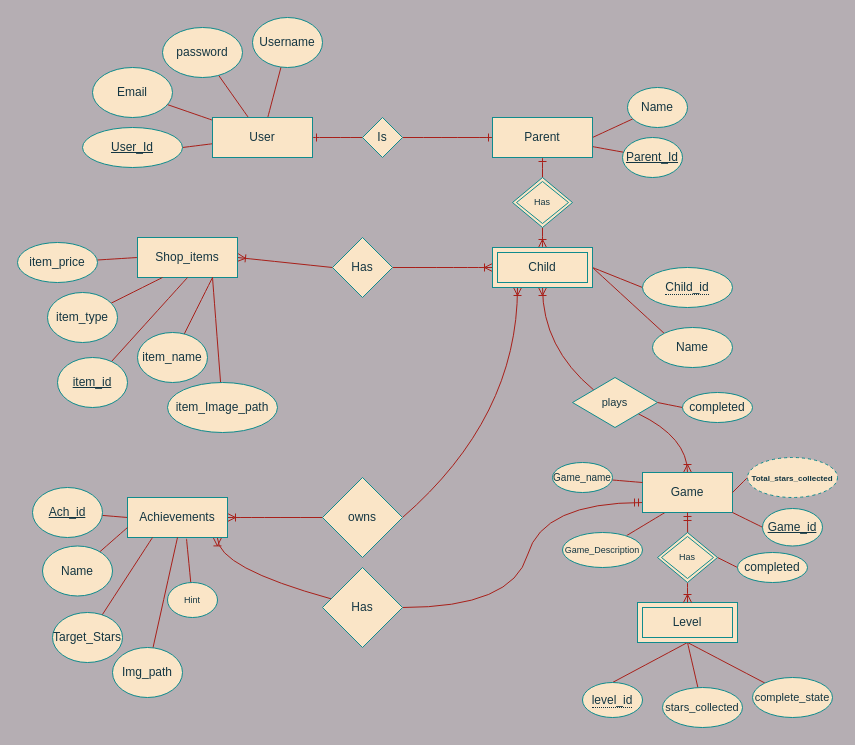
Earlier version of the draw.io diagram Diagrams/Database_Erd.drawio (LUDOOS/LUDOSDOCS). Source tidied: cells renumbered, new cells numbered last; positions are measured from the earlier drawing's top-left corner, leaving out a move shared by most shapes. Both pictures are drawn from the tidied source at 100%, with x=0, y=0 at pixel (17, 17).
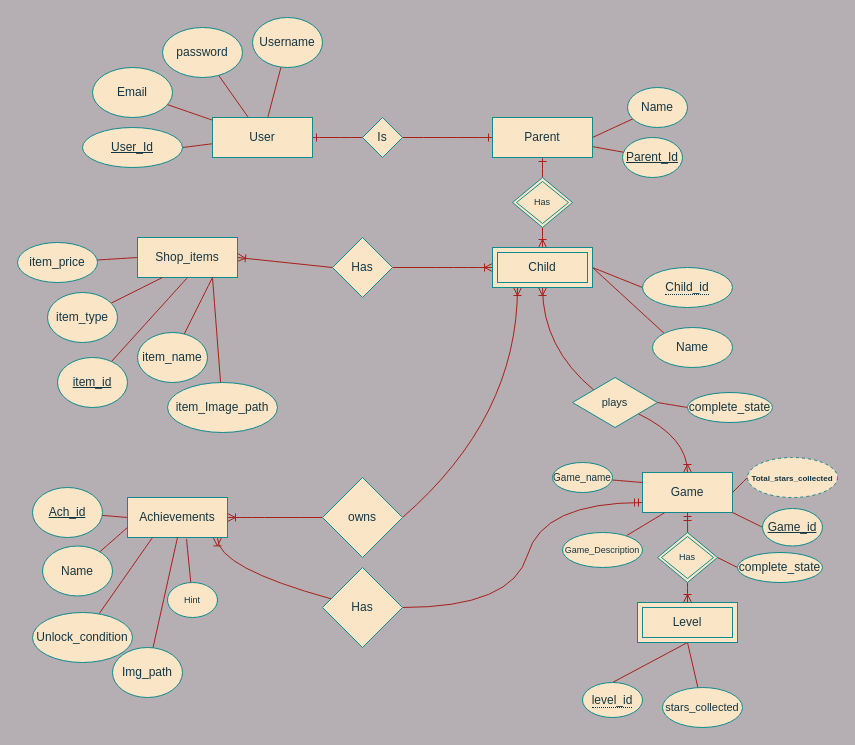
The same page after the edit.

Unchanged cells that the change refers to:
```xml
<mxCell id="61" value="Level" style="shape=ext;margin=3;double=1;whiteSpace=wrap;html=1;align=center;rounded=0;fillColor=#FAE5C7;strokeColor=#0F8B8D;fontColor=#143642;" parent="1" vertex="1">
  <mxGeometry x="620" y="585" width="100" height="40" as="geometry" />
</mxCell>
```

What changed in the source:
```diff
@@
-    <mxCell id="41" value="Target_Stars" style="ellipse;whiteSpace=wrap;html=1;flipH=0;flipV=0;rounded=0;fillColor=#FAE5C7;strokeColor=#0F8B8D;fontColor=#143642;" parent="1" vertex="1">
-      <mxGeometry x="35" y="595" width="70" height="50" as="geometry" />
+    <mxCell id="41" value="Unlock_condition" style="ellipse;whiteSpace=wrap;html=1;flipH=0;flipV=0;rounded=0;fillColor=#FAE5C7;strokeColor=#0F8B8D;fontColor=#143642;" parent="1" vertex="1">
+      <mxGeometry x="15" y="595" width="100" height="50" as="geometry" />
     </mxCell>
@@
-    <mxCell id="60" style="edgeStyle=none;rounded=0;jettySize=auto;html=1;exitX=0.5;exitY=1;exitDx=0;exitDy=0;endArrow=none;endFill=0;labelBackgroundColor=#DAD2D8;strokeColor=#A8201A;fontColor=#143642;curved=1;" parent="1" edge="1" source="61" target="64">
-      <mxGeometry relative="1" as="geometry" />
-    </mxCell>
@@
-    <mxCell id="64" value="&lt;font style=&quot;font-size: 11px;&quot;&gt;complete_state&lt;/font&gt;" style="ellipse;whiteSpace=wrap;html=1;align=center;rounded=0;fillColor=#FAE5C7;strokeColor=#0F8B8D;fontColor=#143642;" parent="1" vertex="1">
-      <mxGeometry x="735" y="660" width="80" height="40" as="geometry" />
-    </mxCell>
@@
-    <mxCell id="66" value="completed" style="ellipse;whiteSpace=wrap;html=1;align=center;rounded=0;fillColor=#FAE5C7;strokeColor=#0F8B8D;fontColor=#143642;" parent="1" vertex="1">
-      <mxGeometry x="720" y="535" width="70" height="30" as="geometry" />
+    <mxCell id="66" value="complete_state" style="ellipse;whiteSpace=wrap;html=1;align=center;rounded=0;fillColor=#FAE5C7;strokeColor=#0F8B8D;fontColor=#143642;" parent="1" vertex="1">
+      <mxGeometry x="720" y="535" width="85" height="30" as="geometry" />
     </mxCell>
@@
-    <mxCell id="81" style="edgeStyle=none;rounded=0;jettySize=auto;html=1;exitX=0;exitY=0.5;exitDx=0;exitDy=0;entryX=1;entryY=0.5;entryDx=0;entryDy=0;fontSize=11;endArrow=none;endFill=0;labelBackgroundColor=#DAD2D8;strokeColor=#A8201A;fontColor=#143642;curved=1;" parent="1" edge="1" source="82">
+    <mxCell id="81" style="edgeStyle=none;rounded=0;jettySize=auto;html=1;exitX=0;exitY=0.5;exitDx=0;exitDy=0;entryX=1;entryY=0.5;entryDx=0;entryDy=0;fontSize=11;endArrow=none;endFill=0;labelBackgroundColor=#DAD2D8;strokeColor=#A8201A;fontColor=#143642;curved=1;" parent="1" edge="1" source="64">
       <mxGeometry relative="1" as="geometry">
         <mxPoint x="640" y="385" as="targetPoint" />
       </mxGeometry>
     </mxCell>
-    <mxCell id="82" value="completed" style="ellipse;whiteSpace=wrap;html=1;align=center;rounded=0;fillColor=#FAE5C7;strokeColor=#0F8B8D;fontColor=#143642;" parent="1" vertex="1">
-      <mxGeometry x="665" y="375" width="70" height="30" as="geometry" />
-    </mxCell>
@@
+    <mxCell id="64" value="complete_state" style="ellipse;whiteSpace=wrap;html=1;align=center;rounded=0;fillColor=#FAE5C7;strokeColor=#0F8B8D;fontColor=#143642;" parent="1" vertex="1">
+      <mxGeometry x="670" y="375" width="85" height="30" as="geometry" />
+    </mxCell>
```
